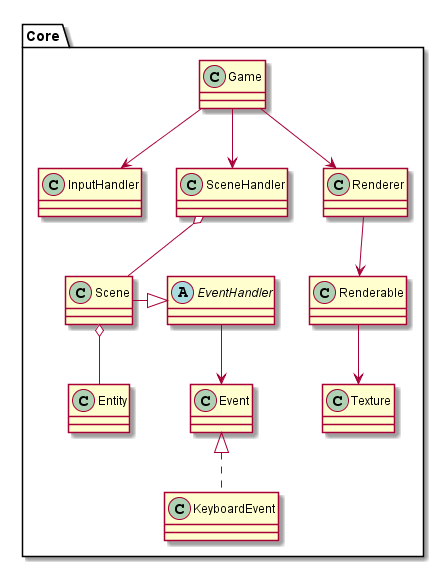
Above: UML_Diagram.png in MarkGitthens/Sidescroller (PlantUML), before the change. The source it was exported from:
```plantuml
@startuml

package Core {
    class Game {

    }

    class InputHandler {

    }

    class SceneHandler {

    }

    class Renderer {

    }

    class Texture {

    }

    class Event {

    }

    class KeyboardEvent {

    }

    class Renderable {

    }

    class Entity {

    }

    class Scene {

    }

    abstract class EventHandler {

    }

}


Game --> InputHandler
Game --> SceneHandler
Game --> Renderer

Renderer --> Renderable

Renderable --> Texture

SceneHandler o-- Scene

EventHandler <|- Scene

EventHandler --> Event

Event <|.. KeyboardEvent
Scene o-- Entity

@enduml
```
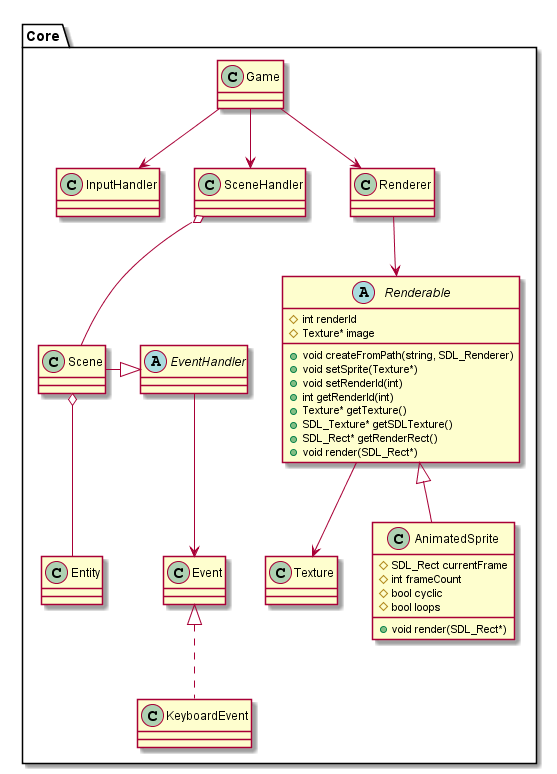
Later version of the same file.

Commit message:
Cleaned up renderable and updated UML diagram.

Diff of the diagram source:
```diff
@@ -29,8 +29,26 @@
 
     }
 
-    class Renderable {
+    abstract class Renderable {
+        +void createFromPath(string, SDL_Renderer)
+        +void setSprite(Texture*)
+        +void setRenderId(int)
+        +int getRenderId(int)
+        +Texture* getTexture()
+        +SDL_Texture* getSDLTexture()
+        +SDL_Rect* getRenderRect()
+        +void render(SDL_Rect*)
 
+        #int renderId
+        #Texture* image
+    }
+
+    class AnimatedSprite {
+        +void render(SDL_Rect*)
+        #SDL_Rect currentFrame
+        #int frameCount
+        #bool cyclic
+        #bool loops
     }
 
     class Entity {
@@ -44,9 +62,9 @@
     abstract class EventHandler {
 
     }
-
 }
 
+Renderable <|-- AnimatedSprite
 
 Game --> InputHandler
 Game --> SceneHandler
```
